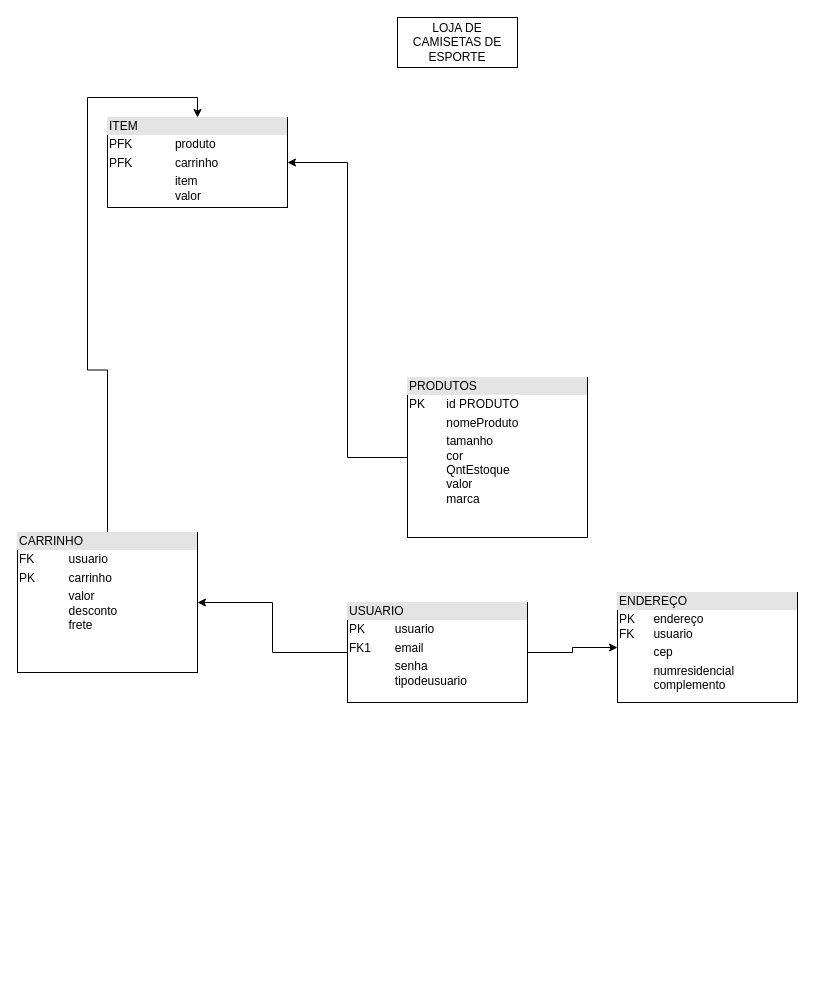
Above: Diagrama sem nome.drawio in JoaoCavalcanteS/Ecommerce (draw.io), before the change. Source tidied: cells renumbered, new cells numbered last; positions are measured from the earlier drawing's top-left corner, leaving out a move shared by most shapes. Both pictures are drawn from the tidied source at 100%, with x=0, y=0 at pixel (17, 17).
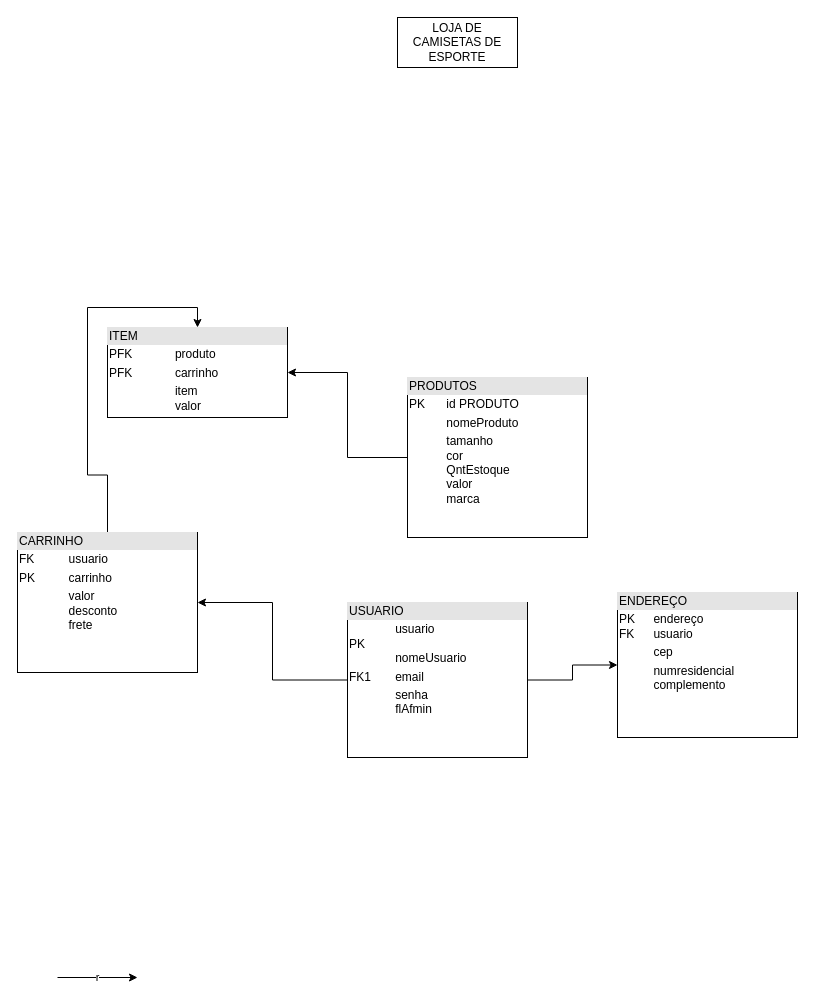
The same diagram, later.

Change to the diagram source:
```diff
@@
 <mxGraphModel>
   <root>
     <mxCell id="0" />
     <mxCell id="1" parent="0" />
     <mxCell id="2" value="LOJA DE CAMISETAS DE ESPORTE" style="rounded=0;whiteSpace=wrap;html=1;" parent="1" vertex="1">
       <mxGeometry x="380" width="120" height="50" as="geometry" />
     </mxCell>
     <mxCell id="3" style="edgeStyle=orthogonalEdgeStyle;rounded=0;jettySize=auto;html=1;entryX=1;entryY=0.5;entryDx=0;entryDy=0;" parent="1" edge="1" source="4" target="11">
       <mxGeometry relative="1" as="geometry" />
     </mxCell>
     <mxCell id="4" value="&lt;div style=&quot;box-sizing:border-box;width:100%;background:#e4e4e4;padding:2px;&quot;&gt;PRODUTOS&lt;/div&gt;&lt;table style=&quot;width:100%;font-size:1em;&quot; cellpadding=&quot;2&quot; cellspacing=&quot;0&quot;&gt;&lt;tbody&gt;&lt;tr&gt;&lt;td&gt;PK&lt;/td&gt;&lt;td&gt;id PRODUTO&lt;/td&gt;&lt;/tr&gt;&lt;tr&gt;&lt;td&gt;&lt;br&gt;&lt;/td&gt;&lt;td&gt;nomeProduto&lt;/td&gt;&lt;/tr&gt;&lt;tr&gt;&lt;td&gt;&lt;/td&gt;&lt;td&gt;tamanho&lt;br&gt;cor&lt;br&gt;QntEstoque&lt;br&gt;valor&lt;br&gt;marca&lt;br&gt;&lt;br&gt;&lt;/td&gt;&lt;/tr&gt;&lt;/tbody&gt;&lt;/table&gt;" style="verticalAlign=top;align=left;overflow=fill;html=1;" parent="1" vertex="1">
       <mxGeometry x="390" y="360" width="180" height="160" as="geometry" />
     </mxCell>
     <mxCell id="5" style="edgeStyle=orthogonalEdgeStyle;rounded=0;jettySize=auto;html=1;entryX=0.5;entryY=0;entryDx=0;entryDy=0;" parent="1" edge="1" source="6" target="11">
       <mxGeometry relative="1" as="geometry" />
     </mxCell>
     <mxCell id="6" value="&lt;div style=&quot;box-sizing:border-box;width:100%;background:#e4e4e4;padding:2px;&quot;&gt;CARRINHO&lt;/div&gt;&lt;table style=&quot;width:100%;font-size:1em;&quot; cellpadding=&quot;2&quot; cellspacing=&quot;0&quot;&gt;&lt;tbody&gt;&lt;tr&gt;&lt;td&gt;FK&lt;/td&gt;&lt;td&gt;usuario&lt;/td&gt;&lt;/tr&gt;&lt;tr&gt;&lt;td&gt;PK&lt;/td&gt;&lt;td&gt;carrinho&lt;/td&gt;&lt;/tr&gt;&lt;tr&gt;&lt;td&gt;&lt;/td&gt;&lt;td&gt;valor&lt;br&gt;desconto&lt;br&gt;frete&lt;/td&gt;&lt;/tr&gt;&lt;/tbody&gt;&lt;/table&gt;" style="verticalAlign=top;align=left;overflow=fill;html=1;" parent="1" vertex="1">
       <mxGeometry y="515" width="180" height="140" as="geometry" />
     </mxCell>
     <mxCell id="7" value="&lt;div style=&quot;box-sizing:border-box;width:100%;background:#e4e4e4;padding:2px;&quot;&gt;ENDEREÇO&lt;/div&gt;&lt;table style=&quot;width:100%;font-size:1em;&quot; cellpadding=&quot;2&quot; cellspacing=&quot;0&quot;&gt;&lt;tbody&gt;&lt;tr&gt;&lt;td&gt;PK&lt;br&gt;FK&lt;/td&gt;&lt;td&gt;endereço&lt;br&gt;usuario&lt;/td&gt;&lt;/tr&gt;&lt;tr&gt;&lt;td&gt;&lt;br&gt;&lt;/td&gt;&lt;td&gt;cep&lt;/td&gt;&lt;/tr&gt;&lt;tr&gt;&lt;td&gt;&lt;/td&gt;&lt;td&gt;numresidencial&lt;br&gt;complemento&lt;br&gt;&lt;/td&gt;&lt;/tr&gt;&lt;/tbody&gt;&lt;/table&gt;" style="verticalAlign=top;align=left;overflow=fill;html=1;" parent="1" vertex="1">
-      <mxGeometry x="600" y="575" width="180" height="110" as="geometry" />
+      <mxGeometry x="600" y="575" width="180" height="145" as="geometry" />
     </mxCell>
     <mxCell id="8" style="edgeStyle=orthogonalEdgeStyle;rounded=0;jettySize=auto;html=1;entryX=1;entryY=0.5;entryDx=0;entryDy=0;" parent="1" edge="1" source="10" target="6">
       <mxGeometry relative="1" as="geometry" />
     </mxCell>
     <mxCell id="9" style="edgeStyle=orthogonalEdgeStyle;rounded=0;jettySize=auto;html=1;entryX=0;entryY=0.5;entryDx=0;entryDy=0;" parent="1" edge="1" source="10" target="7">
       <mxGeometry relative="1" as="geometry" />
     </mxCell>
-    <mxCell id="10" value="&lt;div style=&quot;box-sizing:border-box;width:100%;background:#e4e4e4;padding:2px;&quot;&gt;USUARIO&lt;/div&gt;&lt;table style=&quot;width:100%;font-size:1em;&quot; cellpadding=&quot;2&quot; cellspacing=&quot;0&quot;&gt;&lt;tbody&gt;&lt;tr&gt;&lt;td&gt;PK&lt;/td&gt;&lt;td&gt;usuario&lt;/td&gt;&lt;/tr&gt;&lt;tr&gt;&lt;td&gt;FK1&lt;/td&gt;&lt;td&gt;email&lt;/td&gt;&lt;/tr&gt;&lt;tr&gt;&lt;td&gt;&lt;/td&gt;&lt;td&gt;senha&lt;br&gt;tipodeusuario&lt;/td&gt;&lt;/tr&gt;&lt;/tbody&gt;&lt;/table&gt;" style="verticalAlign=top;align=left;overflow=fill;html=1;" parent="1" vertex="1">
-      <mxGeometry x="330" y="585" width="180" height="100" as="geometry" />
+    <mxCell id="10" value="&lt;div style=&quot;box-sizing:border-box;width:100%;background:#e4e4e4;padding:2px;&quot;&gt;USUARIO&lt;/div&gt;&lt;table style=&quot;width:100%;font-size:1em;&quot; cellpadding=&quot;2&quot; cellspacing=&quot;0&quot;&gt;&lt;tbody&gt;&lt;tr&gt;&lt;td&gt;PK&lt;/td&gt;&lt;td&gt;usuario&lt;br&gt;&lt;br&gt;nomeUsuario&lt;/td&gt;&lt;/tr&gt;&lt;tr&gt;&lt;td&gt;FK1&lt;/td&gt;&lt;td&gt;email&lt;/td&gt;&lt;/tr&gt;&lt;tr&gt;&lt;td&gt;&lt;/td&gt;&lt;td&gt;senha&lt;br&gt;flAfmin&lt;/td&gt;&lt;/tr&gt;&lt;/tbody&gt;&lt;/table&gt;" style="verticalAlign=top;align=left;overflow=fill;html=1;" parent="1" vertex="1">
+      <mxGeometry x="330" y="585" width="180" height="155" as="geometry" />
     </mxCell>
     <mxCell id="11" value="&lt;div style=&quot;box-sizing:border-box;width:100%;background:#e4e4e4;padding:2px;&quot;&gt;ITEM&lt;/div&gt;&lt;table style=&quot;width:100%;font-size:1em;&quot; cellpadding=&quot;2&quot; cellspacing=&quot;0&quot;&gt;&lt;tbody&gt;&lt;tr&gt;&lt;td&gt;PFK&lt;/td&gt;&lt;td&gt;produto&lt;/td&gt;&lt;/tr&gt;&lt;tr&gt;&lt;td&gt;PFK&lt;/td&gt;&lt;td&gt;carrinho&lt;/td&gt;&lt;/tr&gt;&lt;tr&gt;&lt;td&gt;&lt;/td&gt;&lt;td&gt;item&lt;br&gt;valor&lt;/td&gt;&lt;/tr&gt;&lt;/tbody&gt;&lt;/table&gt;" style="verticalAlign=top;align=left;overflow=fill;html=1;" parent="1" vertex="1">
-      <mxGeometry x="90" y="100" width="180" height="90" as="geometry" />
+      <mxGeometry x="90" y="310" width="180" height="90" as="geometry" />
     </mxCell>
+    <mxCell id="12" value="r" style="edgeStyle=none;orthogonalLoop=1;jettySize=auto;html=1;rounded=0;" parent="1" edge="1">
+      <mxGeometry relative="1" as="geometry">
+        <mxPoint x="40" y="960" as="sourcePoint" />
+        <mxPoint x="120" y="960" as="targetPoint" />
+      </mxGeometry>
+    </mxCell>
   </root>
 </mxGraphModel>
```
